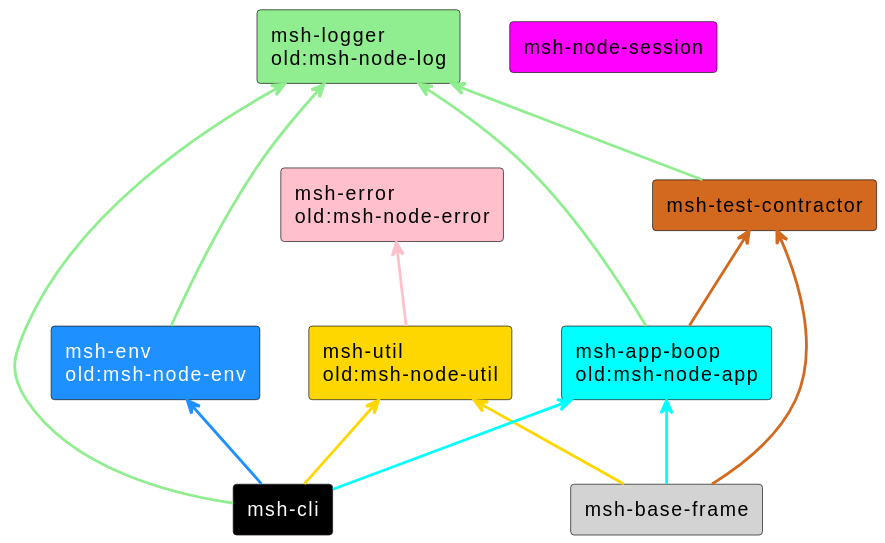
Above: resource/diagram/project-rlation.svg in beecode-rs/msh (PlantUML), before the change.
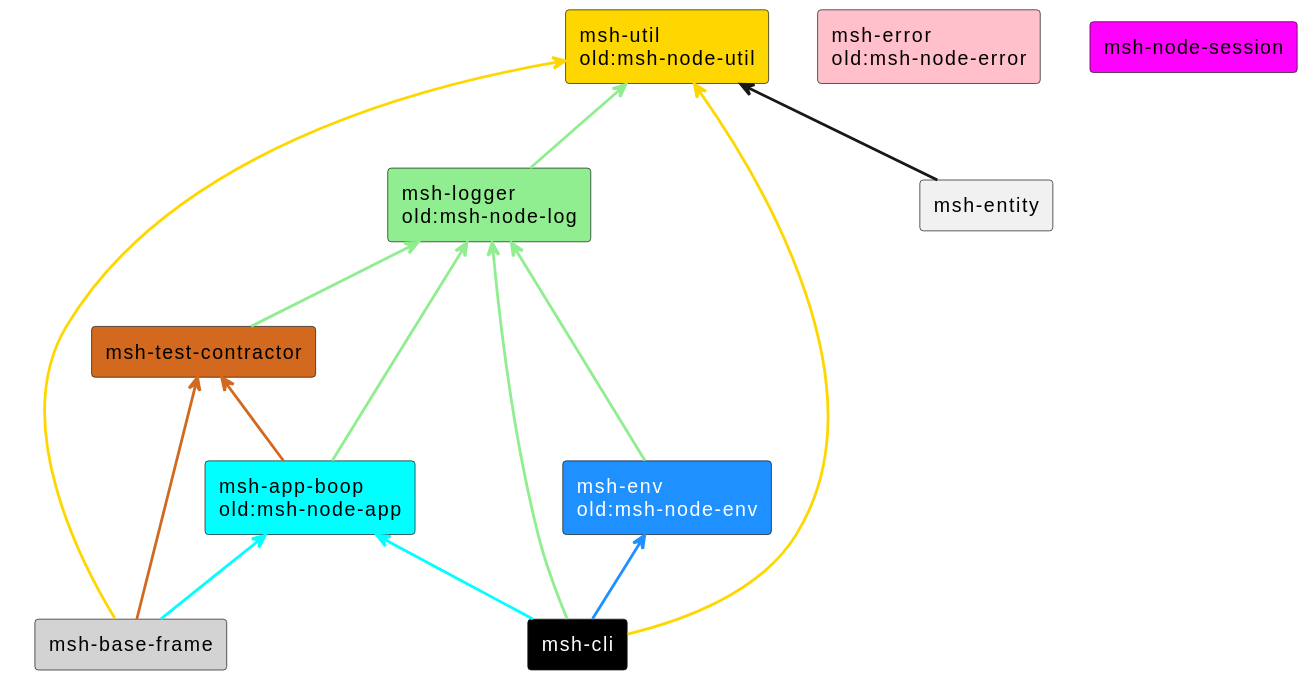
The same diagram one commit later.

Change to the diagram source:
```diff
@@ -29,10 +29,12 @@
 rectangle "msh-base-frame" as base_frame #$base_frame_color
 rectangle "msh-cli" as cli #$cli_color;text:white
 
+rectangle "msh-entity" as entity
+
 
 base_frame -up-> app_boot #$app_boot_color
+base_frame -up-> test_contractor #$test_contractor_color
 base_frame -up-> util #$util_color
-base_frame -up-> test_contractor #$test_contractor_color
 
 
 app_boot -up-> logger #$logger_color
@@ -50,6 +52,7 @@
 
 test_contractor -up-> logger #$logger_color
 
+logger -up-> util #$logger_color
 
-util -up-> error #$error_color
+entity -up-> util
 @enduml
```
